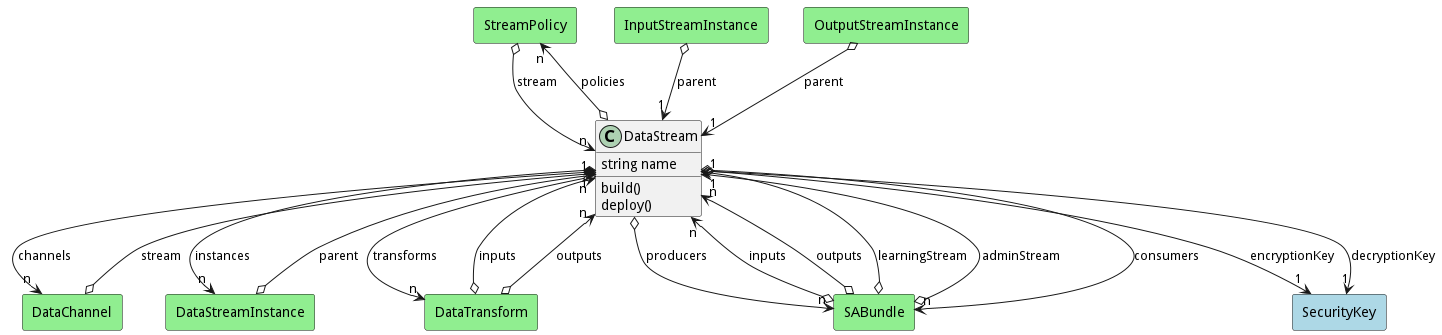
The PlantUML diagram docs/sabr/diml/dsm/models/datastream/logical.png in madajaju/sabr, before a commit.
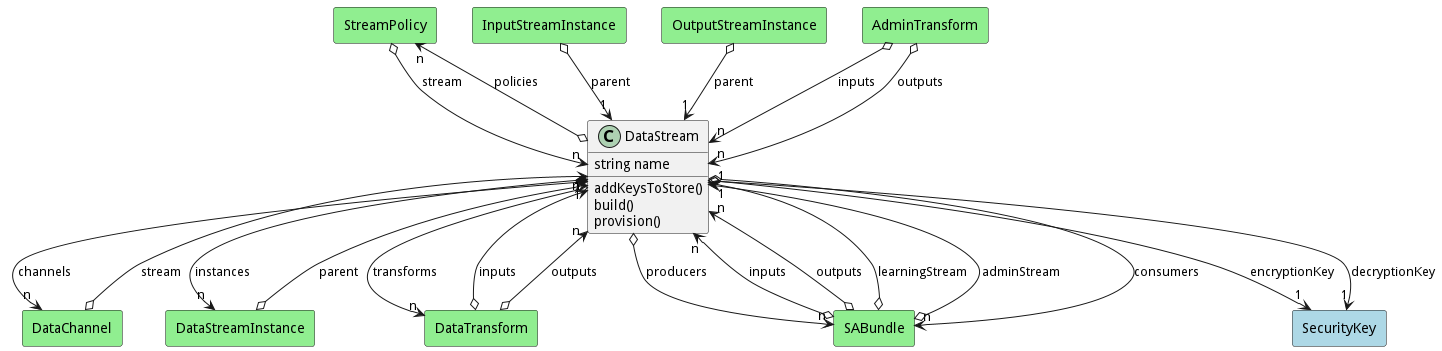
After the change.

What changed in the source:
```diff
@@ -3,8 +3,9 @@
 class "DataStream" as Model {
  string name
 
+ addKeysToStore()
  build()
- deploy()
+ provision()
 
 }
 
@@ -68,10 +69,30 @@
 
         DataStreamInstance   o--> "1" Model : "parent"
 
+    rectangle "InputStreamInstance" as InputStreamInstance #lightgreen {
+    }
+
+        InputStreamInstance   o--> "1" Model : "parent"
+
+    rectangle "OutputStreamInstance" as OutputStreamInstance #lightgreen {
+    }
+
+        OutputStreamInstance   o--> "1" Model : "parent"
+
     rectangle "StreamPolicy" as StreamPolicy #lightgreen {
     }
 
         StreamPolicy   o--> "n" Model : "stream"
+
+    rectangle "AdminTransform" as AdminTransform #lightgreen {
+    }
+
+        AdminTransform   o--> "n" Model : "inputs"
+
+    rectangle "AdminTransform" as AdminTransform #lightgreen {
+    }
+
+        AdminTransform   o--> "n" Model : "outputs"
 
     rectangle "DataTransform" as DataTransform #lightgreen {
     }
@@ -103,15 +124,5 @@
 
         SABundle   o--> "1" Model : "adminStream"
 
-    rectangle "InputStreamInstance" as InputStreamInstance #lightgreen {
-    }
-
-        InputStreamInstance   o--> "1" Model : "parent"
-
-    rectangle "OutputStreamInstance" as OutputStreamInstance #lightgreen {
-    }
-
-        OutputStreamInstance   o--> "1" Model : "parent"
-
 
 @enduml
```
